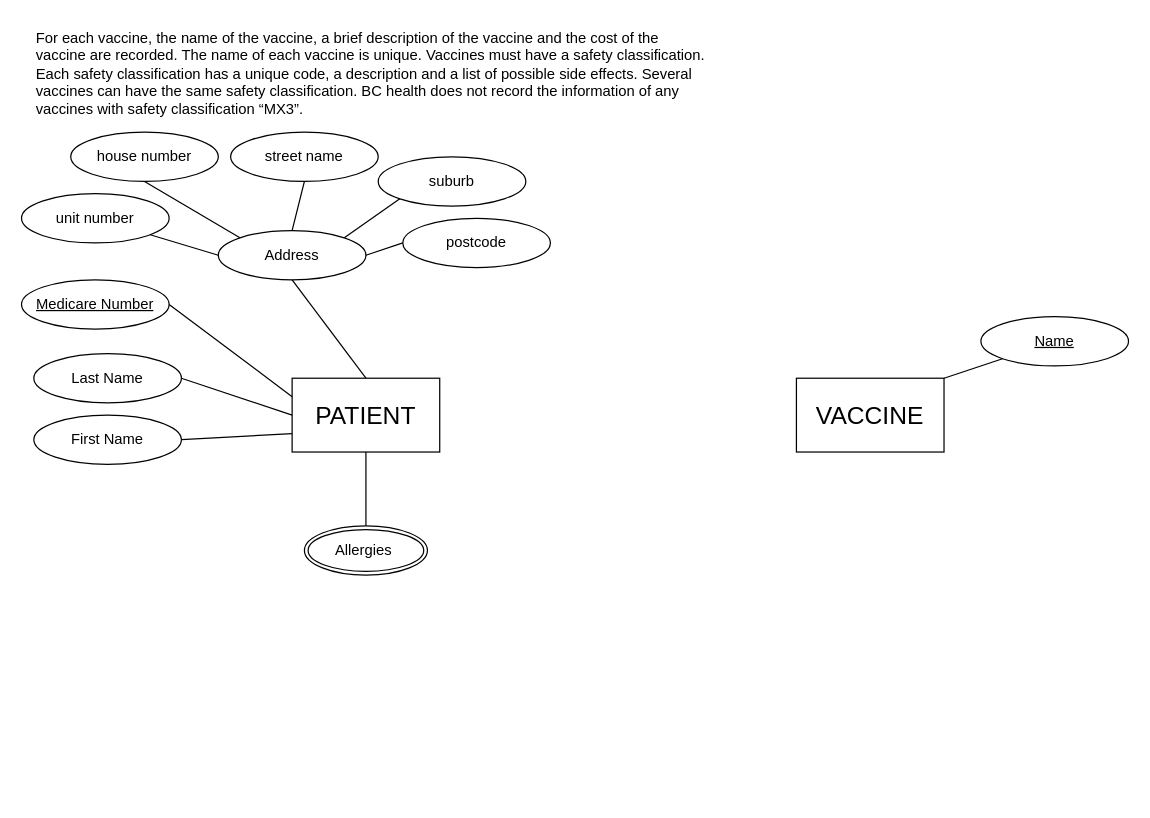
Before: page "Page-1" (1 of 2) of Untitled Diagram.drawio in harry-sunhao/52pojie, a draw.io diagram. Source tidied: cells renumbered, new cells numbered last; positions are measured from the earlier drawing's top-left corner, leaving out a move shared by most shapes. Both pictures are drawn from the tidied source at 123%, with x=0, y=0 at pixel (21, 21).
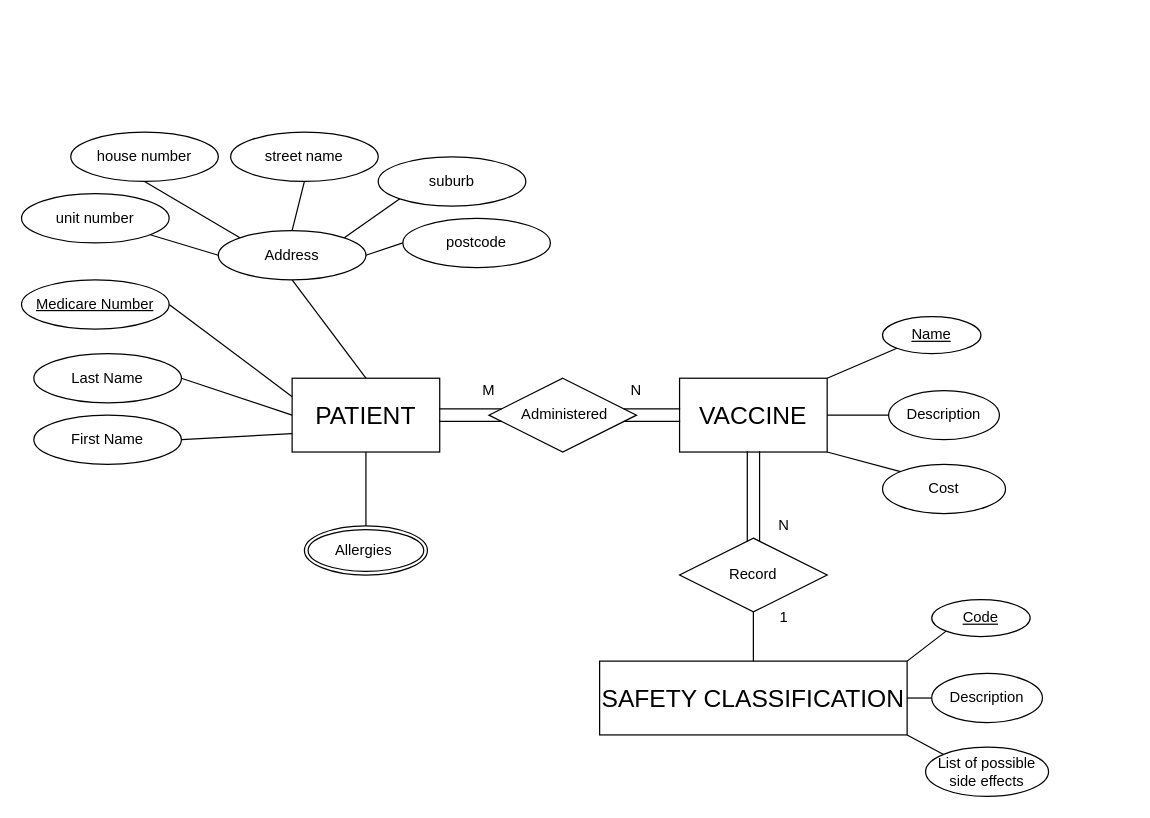
The same diagram, later.

Diff of the diagram source:
```diff
@@
-    <mxCell id="2" value="For each vaccine, the name of the vaccine, a brief description of the vaccine and the cost of the vaccine are recorded. The name of each vaccine is unique. Vaccines must have a safety classification. Each safety classification has a unique code, a description and a list of possible side effects. Several vaccines can have the same safety classification. BC health does not record the information of any vaccines with safety classification “MX3”." style="text;whiteSpace=wrap;html=1;" parent="1" vertex="1">
-      <mxGeometry x="10" width="550" height="60" as="geometry" />
-    </mxCell>
@@
-    <mxCell id="10" value="Address" style="ellipse;whiteSpace=wrap;html=1;" parent="1" vertex="1">
+    <mxCell id="10" value="Address" style="ellipse;whiteSpace=wrap;html=1;align=center;" parent="1" vertex="1">
       <mxGeometry x="160" y="170" width="120" height="40" as="geometry" />
     </mxCell>
@@
-    <mxCell id="24" value="&lt;span style=&quot;text-align: left&quot;&gt;&lt;font style=&quot;font-size: 20px&quot;&gt;VACCINE&lt;/font&gt;&lt;/span&gt;" style="rounded=0;whiteSpace=wrap;html=1;" parent="1" vertex="1">
-      <mxGeometry x="630" y="290" width="120" height="60" as="geometry" />
+    <mxCell id="24" value="&lt;span style=&quot;text-align: left&quot;&gt;&lt;font style=&quot;font-size: 20px&quot;&gt;VACCINE&lt;/font&gt;&lt;/span&gt;" style="whiteSpace=wrap;html=1;align=center;" parent="1" vertex="1">
+      <mxGeometry x="535" y="290" width="120" height="60" as="geometry" />
     </mxCell>
     <mxCell id="25" value="&lt;u&gt;Name&lt;/u&gt;" style="ellipse;whiteSpace=wrap;html=1;" parent="1" vertex="1">
-      <mxGeometry x="780" y="240" width="120" height="40" as="geometry" />
+      <mxGeometry x="700" y="240" width="80" height="30" as="geometry" />
     </mxCell>
@@
+    <mxCell id="27" style="endArrow=none;html=1;entryX=1;entryY=0.5;entryDx=0;entryDy=0;exitX=0;exitY=0.5;exitDx=0;exitDy=0;" parent="1" edge="1" source="28" target="24">
+      <mxGeometry relative="1" as="geometry" />
+    </mxCell>
+    <mxCell id="28" value="Description" style="ellipse;whiteSpace=wrap;html=1;" parent="1" vertex="1">
+      <mxGeometry x="705" y="300" width="90" height="40" as="geometry" />
+    </mxCell>
+    <mxCell id="29" value="Cost" style="ellipse;whiteSpace=wrap;html=1;" parent="1" vertex="1">
+      <mxGeometry x="700" y="360" width="100" height="40" as="geometry" />
+    </mxCell>
+    <mxCell id="30" style="endArrow=none;html=1;entryX=0;entryY=0;entryDx=0;entryDy=0;exitX=1;exitY=1;exitDx=0;exitDy=0;" parent="1" edge="1" source="24" target="29">
+      <mxGeometry relative="1" as="geometry" />
+    </mxCell>
+    <mxCell id="31" value="&lt;span style=&quot;text-align: left&quot;&gt;&lt;font style=&quot;font-size: 20px&quot;&gt;SAFETY CLASSIFICATION&lt;/font&gt;&lt;/span&gt;" style="whiteSpace=wrap;html=1;align=center;" parent="1" vertex="1">
+      <mxGeometry x="470" y="520" width="250" height="60" as="geometry" />
+    </mxCell>
+    <mxCell id="32" value="&lt;u&gt;Code&lt;/u&gt;" style="ellipse;whiteSpace=wrap;html=1;" parent="1" vertex="1">
+      <mxGeometry x="740" y="470" width="80" height="30" as="geometry" />
+    </mxCell>
+    <mxCell id="33" style="endArrow=none;html=1;entryX=0;entryY=1;entryDx=0;entryDy=0;exitX=1;exitY=0;exitDx=0;exitDy=0;" parent="1" edge="1" source="31" target="32">
+      <mxGeometry relative="1" as="geometry" />
+    </mxCell>
+    <mxCell id="34" style="endArrow=none;html=1;entryX=1;entryY=0.5;entryDx=0;entryDy=0;exitX=0;exitY=0.5;exitDx=0;exitDy=0;" parent="1" edge="1" source="35" target="31">
+      <mxGeometry relative="1" as="geometry" />
+    </mxCell>
+    <mxCell id="35" value="Description" style="ellipse;whiteSpace=wrap;html=1;" parent="1" vertex="1">
+      <mxGeometry x="740" y="530" width="90" height="40" as="geometry" />
+    </mxCell>
+    <mxCell id="36" value="List of possible side effects" style="ellipse;whiteSpace=wrap;html=1;" parent="1" vertex="1">
+      <mxGeometry x="735" y="590" width="100" height="40" as="geometry" />
+    </mxCell>
+    <mxCell id="37" style="endArrow=none;html=1;entryX=0;entryY=0;entryDx=0;entryDy=0;exitX=1;exitY=1;exitDx=0;exitDy=0;" parent="1" edge="1" source="31" target="36">
+      <mxGeometry relative="1" as="geometry" />
+    </mxCell>
+    <mxCell id="38" value="Record" style="shape=rhombus;perimeter=rhombusPerimeter;whiteSpace=wrap;html=1;align=center;" parent="1" vertex="1">
+      <mxGeometry x="535" y="420" width="120" height="60" as="geometry" />
+    </mxCell>
+    <mxCell id="39" style="endArrow=none;html=1;rounded=0;entryX=0.5;entryY=1;entryDx=0;entryDy=0;exitX=0.5;exitY=0;exitDx=0;exitDy=0;" parent="1" edge="1" source="31" target="38">
+      <mxGeometry relative="1" as="geometry" />
+    </mxCell>
+    <mxCell id="40" style="shape=partialRectangle;whiteSpace=wrap;html=1;left=0;right=0;fillColor=none;rotation=-90;" parent="1" vertex="1">
+      <mxGeometry x="558.8" y="381.2" width="72.5" height="10" as="geometry" />
+    </mxCell>
+    <mxCell id="41" value="N" style="text;html=1;strokeColor=none;fillColor=none;align=center;verticalAlign=middle;whiteSpace=wrap;rounded=0;" parent="1" vertex="1">
+      <mxGeometry x="600" y="400" width="40" height="20" as="geometry" />
+    </mxCell>
+    <mxCell id="42" value="1" style="text;html=1;strokeColor=none;fillColor=none;align=center;verticalAlign=middle;whiteSpace=wrap;rounded=0;" parent="1" vertex="1">
+      <mxGeometry x="600" y="475" width="40" height="20" as="geometry" />
+    </mxCell>
+    <mxCell id="43" value="&amp;nbsp;Administered" style="shape=rhombus;perimeter=rhombusPerimeter;whiteSpace=wrap;html=1;align=center;" parent="1" vertex="1">
+      <mxGeometry x="380" y="290" width="120" height="60" as="geometry" />
+    </mxCell>
+    <mxCell id="44" style="shape=partialRectangle;whiteSpace=wrap;html=1;left=0;right=0;fillColor=none;rotation=0;" parent="1" vertex="1">
+      <mxGeometry x="340" y="315" width="50" height="10" as="geometry" />
+    </mxCell>
+    <mxCell id="45" value="M" style="text;html=1;strokeColor=none;fillColor=none;align=center;verticalAlign=middle;whiteSpace=wrap;rounded=0;" parent="1" vertex="1">
+      <mxGeometry x="360" y="290" width="40" height="20" as="geometry" />
+    </mxCell>
+    <mxCell id="46" style="shape=partialRectangle;whiteSpace=wrap;html=1;left=0;right=0;fillColor=none;rotation=0;" parent="1" vertex="1">
+      <mxGeometry x="490" y="315" width="45" height="10" as="geometry" />
+    </mxCell>
+    <mxCell id="47" value="N" style="text;html=1;strokeColor=none;fillColor=none;align=center;verticalAlign=middle;whiteSpace=wrap;rounded=0;" parent="1" vertex="1">
+      <mxGeometry x="480" y="290" width="40" height="20" as="geometry" />
+    </mxCell>
```
